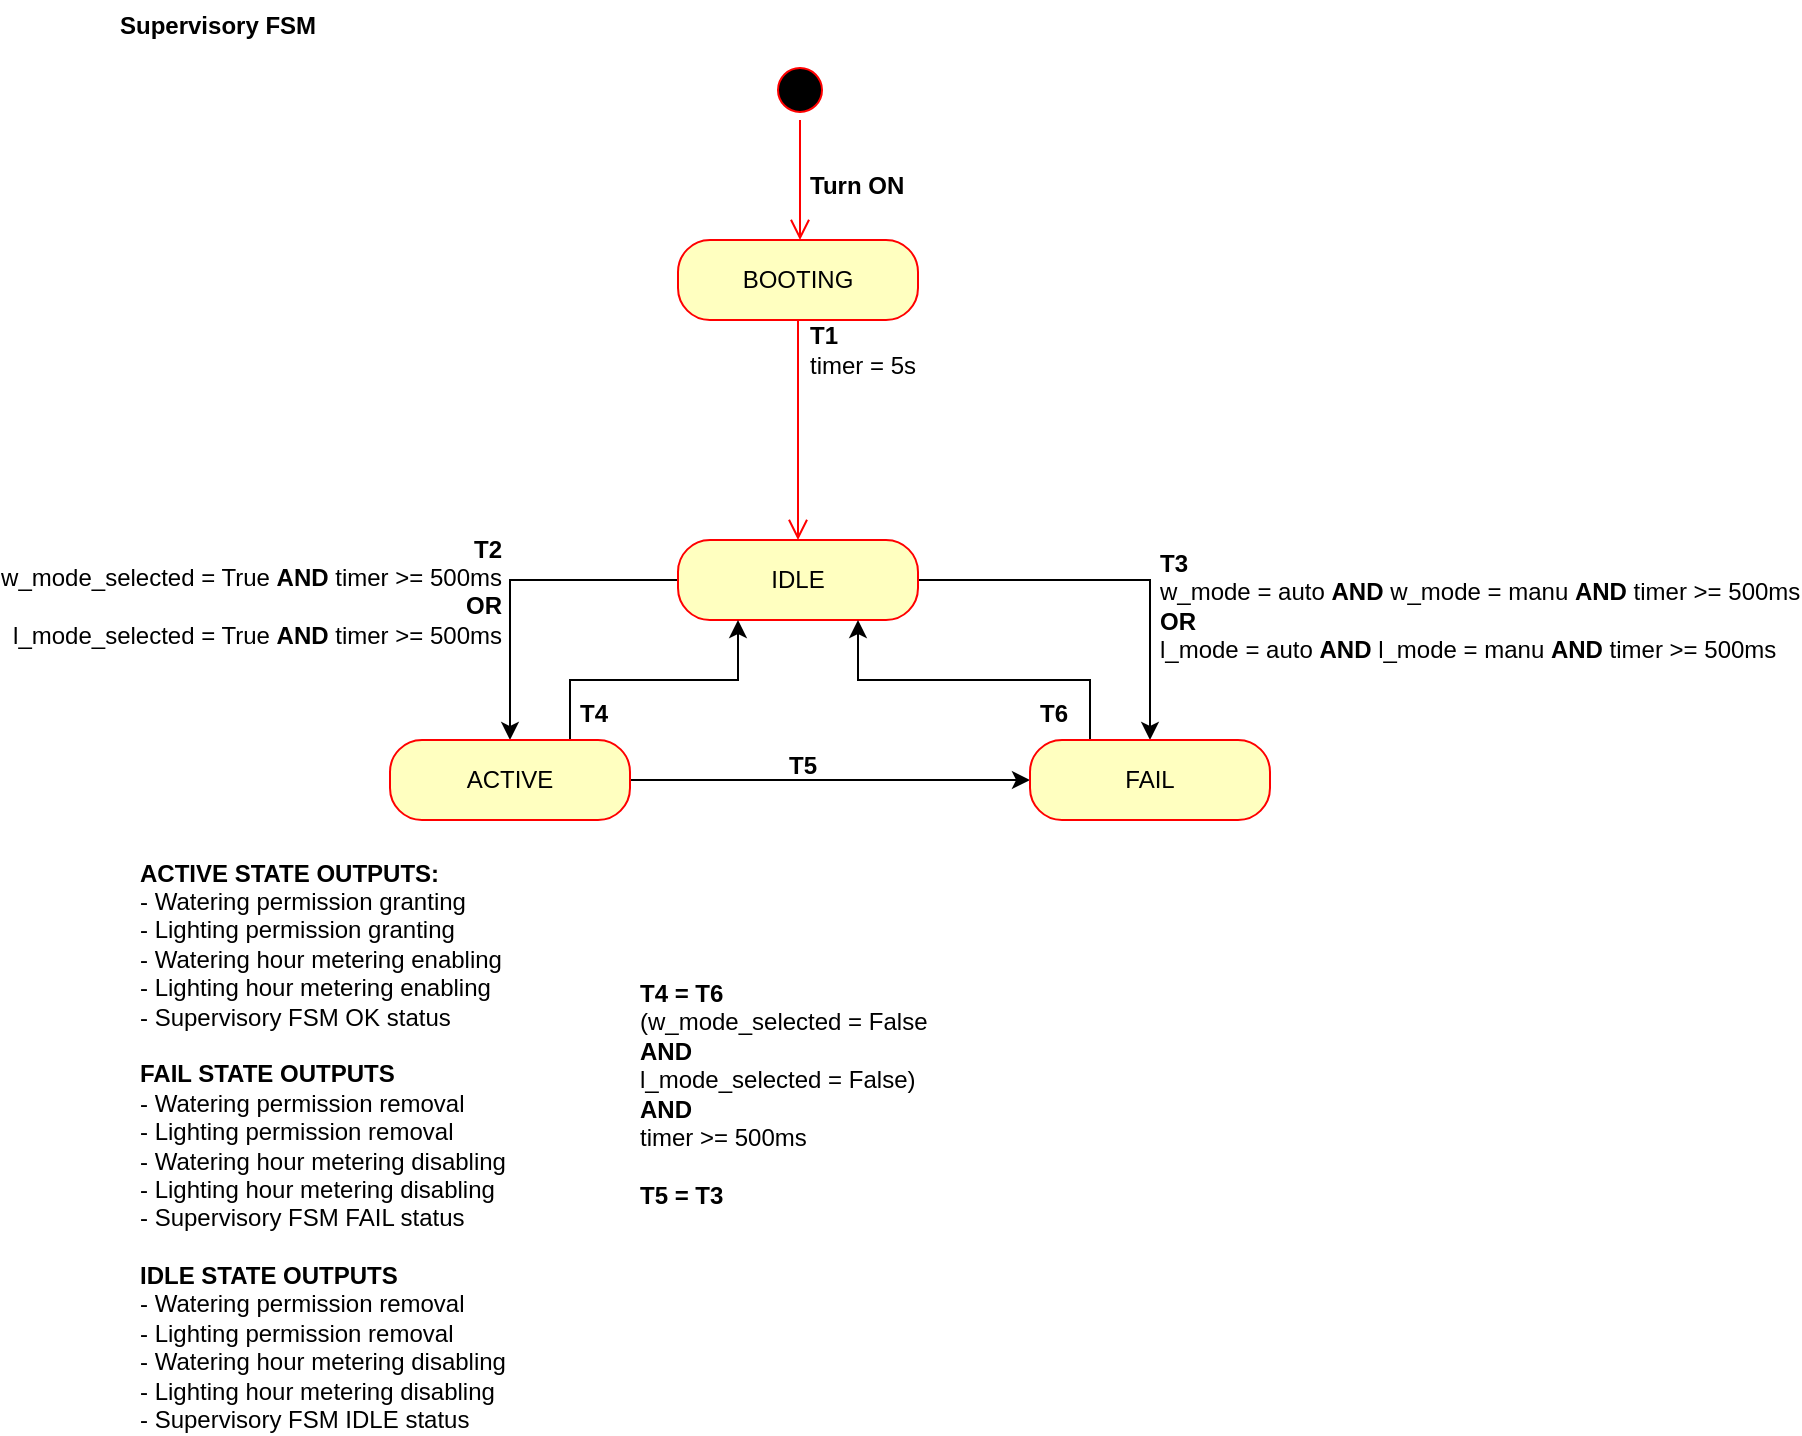
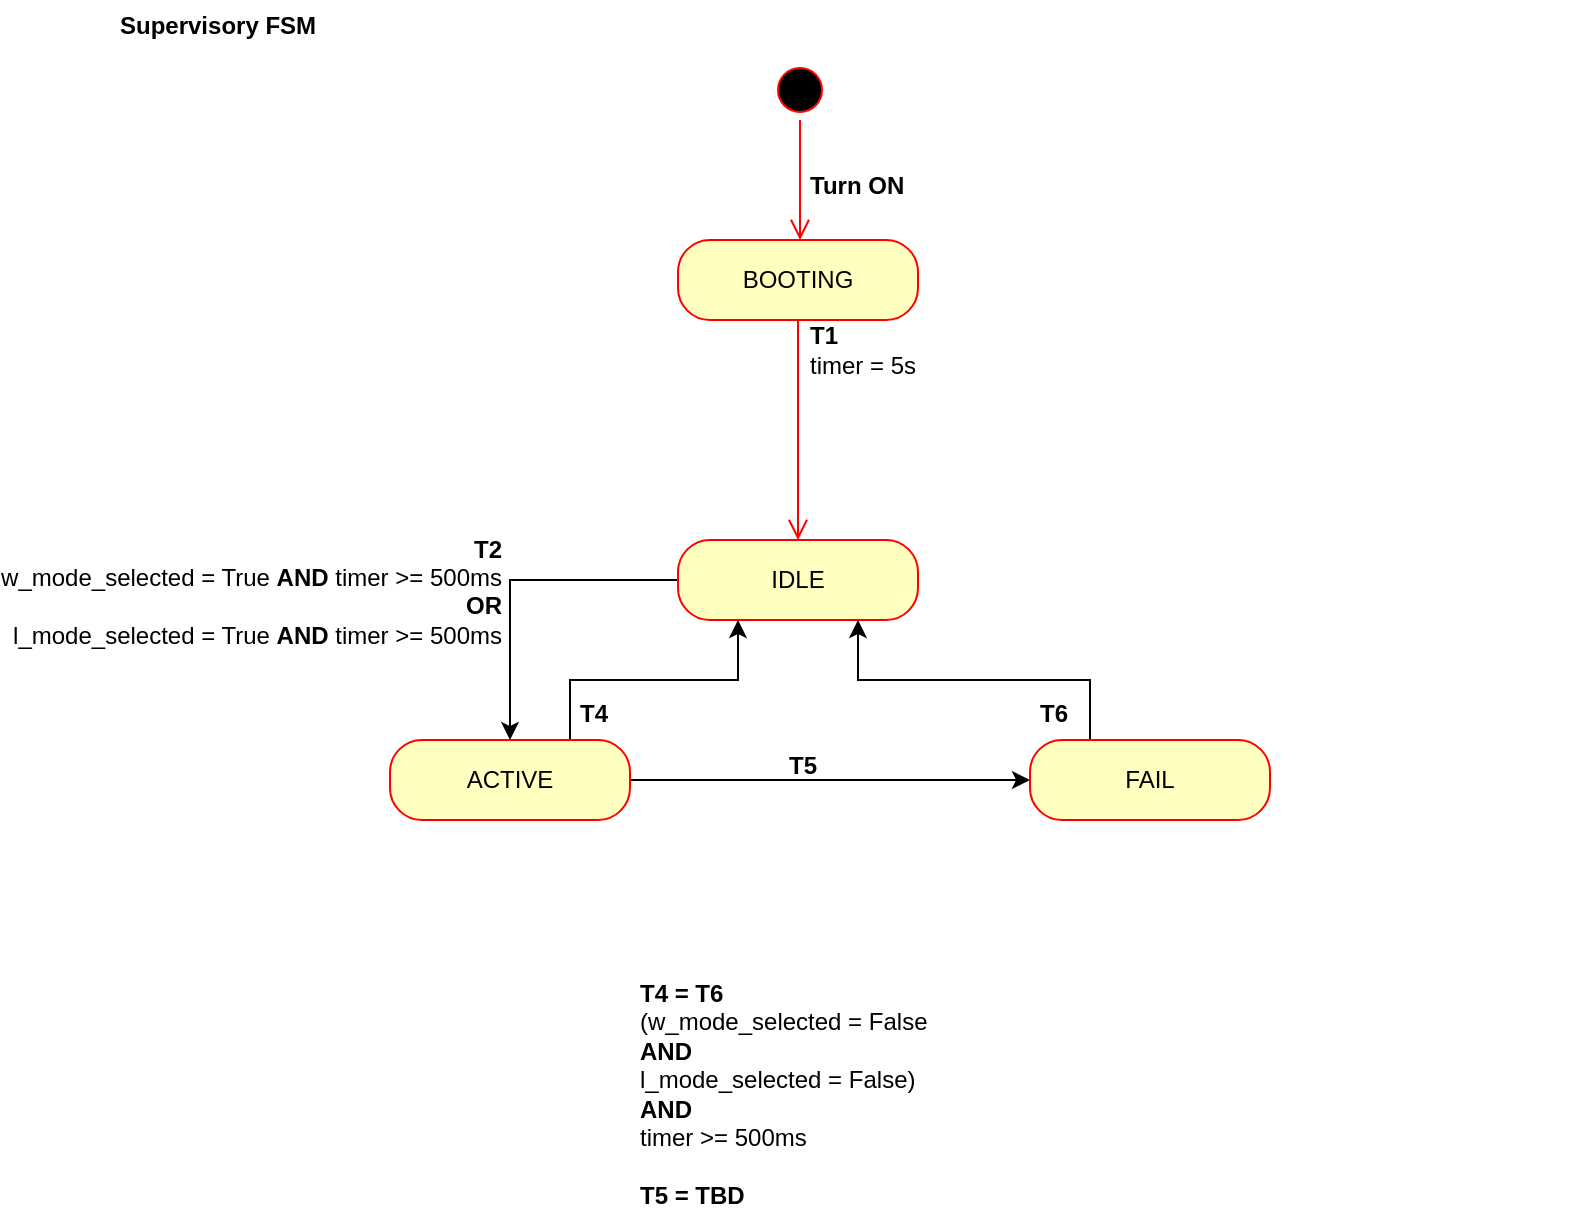
<mxfile host="Electron">
  <diagram name="Página-1" id="cfLTOIE0MVJsIUNbcuNT">
-     <mxGraphModel dx="1814" dy="841" grid="1" gridSize="10" guides="1" tooltips="1" connect="1" arrows="1" fold="1" page="0" pageScale="1" pageWidth="827" pageHeight="1169" math="0" shadow="0">
+     <mxGraphModel dx="2241" dy="841" grid="1" gridSize="10" guides="1" tooltips="1" connect="1" arrows="1" fold="1" page="1" pageScale="1" pageWidth="827" pageHeight="1169" math="0" shadow="0">
      <root>
        <mxCell id="0" />
        <mxCell id="1" parent="0" />
        <mxCell id="6cZyJ46Ge3wg8fjtGQRp-1" parent="1" style="ellipse;html=1;shape=startState;fillColor=#000000;strokeColor=#ff0000;" value="" vertex="1">
          <mxGeometry height="30" width="30" x="348" y="40" as="geometry" />
        </mxCell>
        <mxCell id="6cZyJ46Ge3wg8fjtGQRp-2" edge="1" parent="1" source="6cZyJ46Ge3wg8fjtGQRp-1" style="edgeStyle=orthogonalEdgeStyle;html=1;verticalAlign=bottom;endArrow=open;endSize=8;strokeColor=#ff0000;rounded=0;" value="">
          <mxGeometry relative="1" as="geometry">
            <mxPoint x="363" y="130" as="targetPoint" />
          </mxGeometry>
        </mxCell>
        <mxCell id="6cZyJ46Ge3wg8fjtGQRp-6" parent="1" style="rounded=1;whiteSpace=wrap;html=1;arcSize=40;fontColor=#000000;fillColor=#ffffc0;strokeColor=#ff0000;" value="BOOTING" vertex="1">
          <mxGeometry height="40" width="120" x="302" y="130" as="geometry" />
        </mxCell>
        <mxCell id="6cZyJ46Ge3wg8fjtGQRp-7" edge="1" parent="1" source="6cZyJ46Ge3wg8fjtGQRp-6" style="edgeStyle=orthogonalEdgeStyle;html=1;verticalAlign=bottom;endArrow=open;endSize=8;strokeColor=#ff0000;rounded=0;" value="">
          <mxGeometry relative="1" as="geometry">
            <mxPoint x="362" y="280" as="targetPoint" />
          </mxGeometry>
        </mxCell>
        <mxCell id="6cZyJ46Ge3wg8fjtGQRp-10" edge="1" parent="1" source="6cZyJ46Ge3wg8fjtGQRp-8" style="edgeStyle=orthogonalEdgeStyle;rounded=0;orthogonalLoop=1;jettySize=auto;html=1;" target="6cZyJ46Ge3wg8fjtGQRp-9" value="">
-           <mxGeometry relative="1" as="geometry" />
-         </mxCell>
-         <mxCell id="6cZyJ46Ge3wg8fjtGQRp-14" edge="1" parent="1" source="6cZyJ46Ge3wg8fjtGQRp-8" style="edgeStyle=orthogonalEdgeStyle;rounded=0;orthogonalLoop=1;jettySize=auto;html=1;" target="6cZyJ46Ge3wg8fjtGQRp-13" value="">
          <mxGeometry relative="1" as="geometry" />
        </mxCell>
        <mxCell id="6cZyJ46Ge3wg8fjtGQRp-8" parent="1" style="rounded=1;whiteSpace=wrap;html=1;arcSize=40;fontColor=#000000;fillColor=#ffffc0;strokeColor=#ff0000;" value="IDLE" vertex="1">
          <mxGeometry height="40" width="120" x="302" y="280" as="geometry" />
        </mxCell>
        <mxCell id="6cZyJ46Ge3wg8fjtGQRp-25" edge="1" parent="1" source="6cZyJ46Ge3wg8fjtGQRp-9" style="edgeStyle=orthogonalEdgeStyle;rounded=0;orthogonalLoop=1;jettySize=auto;html=1;exitX=0.75;exitY=0;exitDx=0;exitDy=0;entryX=0.25;entryY=1;entryDx=0;entryDy=0;" target="6cZyJ46Ge3wg8fjtGQRp-8">
          <mxGeometry relative="1" as="geometry" />
        </mxCell>
        <mxCell id="6cZyJ46Ge3wg8fjtGQRp-29" edge="1" parent="1" source="6cZyJ46Ge3wg8fjtGQRp-9" style="edgeStyle=orthogonalEdgeStyle;rounded=0;orthogonalLoop=1;jettySize=auto;html=1;exitX=1;exitY=0.5;exitDx=0;exitDy=0;entryX=0;entryY=0.5;entryDx=0;entryDy=0;" target="6cZyJ46Ge3wg8fjtGQRp-13">
          <mxGeometry relative="1" as="geometry" />
        </mxCell>
        <mxCell id="6cZyJ46Ge3wg8fjtGQRp-9" parent="1" style="rounded=1;whiteSpace=wrap;html=1;arcSize=40;fontColor=#000000;fillColor=#ffffc0;strokeColor=#ff0000;" value="ACTIVE" vertex="1">
          <mxGeometry height="40" width="120" x="158" y="380" as="geometry" />
        </mxCell>
        <mxCell id="6cZyJ46Ge3wg8fjtGQRp-24" edge="1" parent="1" source="6cZyJ46Ge3wg8fjtGQRp-13" style="edgeStyle=orthogonalEdgeStyle;rounded=0;orthogonalLoop=1;jettySize=auto;html=1;exitX=0.25;exitY=0;exitDx=0;exitDy=0;entryX=0.75;entryY=1;entryDx=0;entryDy=0;" target="6cZyJ46Ge3wg8fjtGQRp-8">
          <mxGeometry relative="1" as="geometry" />
        </mxCell>
        <mxCell id="6cZyJ46Ge3wg8fjtGQRp-13" parent="1" style="rounded=1;whiteSpace=wrap;html=1;arcSize=40;fontColor=#000000;fillColor=#ffffc0;strokeColor=#ff0000;" value="FAIL" vertex="1">
          <mxGeometry height="40" width="120" x="478" y="380" as="geometry" />
        </mxCell>
        <mxCell id="6cZyJ46Ge3wg8fjtGQRp-15" parent="1" style="text;align=left;fontStyle=1;verticalAlign=middle;spacingLeft=3;spacingRight=3;strokeColor=none;rotatable=0;points=[[0,0.5],[1,0.5]];portConstraint=eastwest;html=1;" value="Turn ON" vertex="1">
          <mxGeometry height="26" width="80" x="363" y="90" as="geometry" />
        </mxCell>
        <mxCell id="6cZyJ46Ge3wg8fjtGQRp-16" parent="1" style="text;align=left;fontStyle=1;verticalAlign=middle;spacingLeft=3;spacingRight=3;strokeColor=none;rotatable=0;points=[[0,0.5],[1,0.5]];portConstraint=eastwest;html=1;" value="T1&lt;br&gt;&lt;div&gt;&lt;span style=&quot;font-weight: normal;&quot;&gt;timer = 5s&lt;/span&gt;&lt;/div&gt;" vertex="1">
          <mxGeometry height="26" width="80" x="363" y="172" as="geometry" />
        </mxCell>
        <mxCell id="6cZyJ46Ge3wg8fjtGQRp-17" parent="1" style="text;align=right;fontStyle=1;verticalAlign=middle;spacingLeft=3;spacingRight=3;strokeColor=none;rotatable=0;points=[[0,0.5],[1,0.5]];portConstraint=eastwest;html=1;" value="&lt;div&gt;T2&lt;/div&gt;&lt;span style=&quot;font-weight: normal;&quot;&gt;w_mode_selected = True&amp;nbsp;&lt;/span&gt;AND&lt;span style=&quot;font-weight: normal;&quot;&gt; timer &amp;gt;= 500ms&lt;/span&gt;&lt;div&gt;OR&lt;div&gt;&lt;span style=&quot;font-weight: 400;&quot;&gt;l_mode_selected = True&amp;nbsp;&lt;/span&gt;&lt;span style=&quot;background-color: transparent; color: light-dark(rgb(0, 0, 0), rgb(255, 255, 255));&quot;&gt;AND&lt;/span&gt;&lt;span style=&quot;background-color: transparent; color: light-dark(rgb(0, 0, 0), rgb(255, 255, 255)); font-weight: normal;&quot;&gt;&amp;nbsp;timer &amp;gt;= 500ms&lt;/span&gt;&lt;/div&gt;&lt;div&gt;&lt;br&gt;&lt;/div&gt;&lt;/div&gt;" vertex="1">
          <mxGeometry height="26" width="80" x="138" y="300" as="geometry" />
        </mxCell>
-         <mxCell id="6cZyJ46Ge3wg8fjtGQRp-18" parent="1" style="text;align=left;fontStyle=1;verticalAlign=middle;spacingLeft=3;spacingRight=3;strokeColor=none;rotatable=0;points=[[0,0.5],[1,0.5]];portConstraint=eastwest;html=1;" value="T3&lt;div&gt;&lt;span style=&quot;font-weight: 400;&quot;&gt;w_mode = auto &lt;/span&gt;AND&amp;nbsp;&lt;span style=&quot;font-weight: normal; background-color: transparent; color: light-dark(rgb(0, 0, 0), rgb(255, 255, 255));&quot;&gt;w_mode = manu&amp;nbsp;&lt;/span&gt;&lt;span style=&quot;background-color: transparent; color: light-dark(rgb(0, 0, 0), rgb(255, 255, 255)); text-align: right;&quot;&gt;AND&lt;/span&gt;&lt;span style=&quot;background-color: transparent; color: light-dark(rgb(0, 0, 0), rgb(255, 255, 255)); text-align: right; font-weight: normal;&quot;&gt;&amp;nbsp;timer &amp;gt;= 500ms&lt;/span&gt;&lt;/div&gt;&lt;div&gt;OR&lt;/div&gt;&lt;div&gt;&lt;span style=&quot;font-weight: normal;&quot;&gt;l_mode = auto &lt;/span&gt;AND&amp;nbsp;&lt;span style=&quot;font-weight: normal; background-color: transparent; color: light-dark(rgb(0, 0, 0), rgb(255, 255, 255));&quot;&gt;l_mode = manu&amp;nbsp;&lt;/span&gt;&lt;span style=&quot;background-color: transparent; color: light-dark(rgb(0, 0, 0), rgb(255, 255, 255)); text-align: right;&quot;&gt;AND&lt;/span&gt;&lt;span style=&quot;background-color: transparent; color: light-dark(rgb(0, 0, 0), rgb(255, 255, 255)); text-align: right; font-weight: normal;&quot;&gt;&amp;nbsp;timer &amp;gt;= 500ms&lt;/span&gt;&lt;/div&gt;" vertex="1">
-           <mxGeometry height="26" width="282" x="538" y="300" as="geometry" />
-         </mxCell>
-         <mxCell id="6cZyJ46Ge3wg8fjtGQRp-19" parent="1" style="text;align=left;fontStyle=1;verticalAlign=middle;spacingLeft=3;spacingRight=3;strokeColor=none;rotatable=0;points=[[0,0.5],[1,0.5]];portConstraint=eastwest;html=1;" value="ACTIVE STATE OUTPUTS:&lt;div&gt;&lt;span style=&quot;font-weight: normal;&quot;&gt;- Watering permission granting&lt;/span&gt;&lt;/div&gt;&lt;div&gt;&lt;span style=&quot;font-weight: 400;&quot;&gt;- Lighting permission granting&lt;/span&gt;&lt;/div&gt;&lt;div&gt;&lt;span style=&quot;font-weight: 400;&quot;&gt;- Watering hour metering enabling&lt;/span&gt;&lt;/div&gt;&lt;div&gt;&lt;span style=&quot;font-weight: 400;&quot;&gt;- Lighting hour metering enabling&lt;/span&gt;&lt;/div&gt;&lt;div&gt;&lt;span style=&quot;font-weight: 400;&quot;&gt;- Supervisory FSM OK status&lt;/span&gt;&lt;span style=&quot;font-weight: 400;&quot;&gt;&lt;/span&gt;&lt;/div&gt;&lt;div&gt;&lt;span style=&quot;font-weight: 400;&quot;&gt;&lt;br&gt;&lt;/span&gt;&lt;/div&gt;&lt;div&gt;FAIL STATE OUTPUTS&lt;/div&gt;&lt;div&gt;&lt;span style=&quot;font-weight: 400;&quot;&gt;- Watering permission removal&lt;/span&gt;&lt;/div&gt;&lt;div&gt;&lt;span style=&quot;font-weight: 400;&quot;&gt;- Lighting permission removal&lt;/span&gt;&lt;/div&gt;&lt;div&gt;&lt;span style=&quot;font-weight: 400;&quot;&gt;- Watering hour metering disabling&lt;/span&gt;&lt;/div&gt;&lt;div&gt;&lt;span style=&quot;font-weight: 400;&quot;&gt;- Lighting hour metering disabling&lt;/span&gt;&lt;/div&gt;&lt;div&gt;&lt;span style=&quot;background-color: transparent; color: light-dark(rgb(0, 0, 0), rgb(255, 255, 255)); font-weight: 400;&quot;&gt;- Supervisory FSM FAIL status&lt;/span&gt;&lt;/div&gt;&lt;div&gt;&lt;span style=&quot;background-color: transparent; color: light-dark(rgb(0, 0, 0), rgb(255, 255, 255)); font-weight: 400;&quot;&gt;&lt;br&gt;&lt;/span&gt;&lt;/div&gt;&lt;div&gt;&lt;div&gt;IDLE STATE OUTPUTS&lt;/div&gt;&lt;div&gt;&lt;span style=&quot;font-weight: 400;&quot;&gt;- Watering permission removal&lt;/span&gt;&lt;/div&gt;&lt;div&gt;&lt;span style=&quot;font-weight: 400;&quot;&gt;- Lighting permission removal&lt;/span&gt;&lt;/div&gt;&lt;div&gt;&lt;span style=&quot;font-weight: 400;&quot;&gt;- Watering hour metering disabling&lt;/span&gt;&lt;/div&gt;&lt;div&gt;&lt;span style=&quot;font-weight: 400;&quot;&gt;- Lighting hour metering disabling&lt;/span&gt;&lt;/div&gt;&lt;div&gt;&lt;span style=&quot;font-weight: 400;&quot;&gt;- Supervisory FSM IDLE status&lt;/span&gt;&lt;/div&gt;&lt;/div&gt;" vertex="1">
-           <mxGeometry height="26" width="220" x="28" y="570" as="geometry" />
-         </mxCell>
-         <mxCell id="6cZyJ46Ge3wg8fjtGQRp-22" edge="1" parent="1" source="6cZyJ46Ge3wg8fjtGQRp-19" style="edgeStyle=orthogonalEdgeStyle;rounded=0;orthogonalLoop=1;jettySize=auto;html=1;exitX=1;exitY=0.5;exitDx=0;exitDy=0;" target="6cZyJ46Ge3wg8fjtGQRp-19">
-           <mxGeometry relative="1" as="geometry" />
+         <mxCell id="6cZyJ46Ge3wg8fjtGQRp-22" edge="1" parent="1" style="edgeStyle=orthogonalEdgeStyle;rounded=0;orthogonalLoop=1;jettySize=auto;html=1;exitX=1;exitY=0.5;exitDx=0;exitDy=0;">
+           <mxGeometry relative="1" as="geometry">
+             <mxPoint x="248" y="583" as="sourcePoint" />
+             <mxPoint x="248" y="583" as="targetPoint" />
+           </mxGeometry>
        </mxCell>
        <mxCell id="6cZyJ46Ge3wg8fjtGQRp-23" parent="1" style="text;align=left;fontStyle=1;verticalAlign=middle;spacingLeft=3;spacingRight=3;strokeColor=none;rotatable=0;points=[[0,0.5],[1,0.5]];portConstraint=eastwest;html=1;" value="Supervisory FSM" vertex="1">
          <mxGeometry height="26" width="80" x="18" y="10" as="geometry" />
        </mxCell>
        <mxCell id="6cZyJ46Ge3wg8fjtGQRp-26" parent="1" style="text;align=left;fontStyle=1;verticalAlign=middle;spacingLeft=3;spacingRight=3;strokeColor=none;rotatable=0;points=[[0,0.5],[1,0.5]];portConstraint=eastwest;html=1;" value="T4" vertex="1">
          <mxGeometry height="26" width="282" x="248" y="354" as="geometry" />
        </mxCell>
        <mxCell id="6cZyJ46Ge3wg8fjtGQRp-27" parent="1" style="text;align=left;fontStyle=1;verticalAlign=middle;spacingLeft=3;spacingRight=3;strokeColor=none;rotatable=0;points=[[0,0.5],[1,0.5]];portConstraint=eastwest;html=1;" value="T6" vertex="1">
          <mxGeometry height="26" width="282" x="478" y="354" as="geometry" />
        </mxCell>
-         <mxCell id="6cZyJ46Ge3wg8fjtGQRp-28" parent="1" style="text;align=left;fontStyle=1;verticalAlign=middle;spacingLeft=3;spacingRight=3;strokeColor=none;rotatable=0;points=[[0,0.5],[1,0.5]];portConstraint=eastwest;html=1;" value="T4 = T6&lt;div&gt;&lt;span style=&quot;font-weight: normal;&quot;&gt;(w_mode_selected = False&lt;/span&gt;&lt;/div&gt;&lt;div&gt;AND&lt;/div&gt;&lt;div&gt;&lt;span style=&quot;font-weight: normal;&quot;&gt;l_mode_selected = False)&lt;/span&gt;&lt;/div&gt;&lt;div&gt;AND&lt;/div&gt;&lt;div&gt;&lt;span style=&quot;font-weight: normal;&quot;&gt;timer &amp;gt;= 500ms&lt;/span&gt;&lt;/div&gt;&lt;div&gt;&lt;span style=&quot;font-weight: normal;&quot;&gt;&lt;br&gt;&lt;/span&gt;&lt;/div&gt;&lt;div&gt;T5 = T3&lt;/div&gt;" vertex="1">
+         <mxCell id="6cZyJ46Ge3wg8fjtGQRp-28" parent="1" style="text;align=left;fontStyle=1;verticalAlign=middle;spacingLeft=3;spacingRight=3;strokeColor=none;rotatable=0;points=[[0,0.5],[1,0.5]];portConstraint=eastwest;html=1;" value="T4 = T6&lt;div&gt;&lt;span style=&quot;font-weight: normal;&quot;&gt;(w_mode_selected = False&lt;/span&gt;&lt;/div&gt;&lt;div&gt;AND&lt;/div&gt;&lt;div&gt;&lt;span style=&quot;font-weight: normal;&quot;&gt;l_mode_selected = False)&lt;/span&gt;&lt;/div&gt;&lt;div&gt;AND&lt;/div&gt;&lt;div&gt;&lt;span style=&quot;font-weight: normal;&quot;&gt;timer &amp;gt;= 500ms&lt;/span&gt;&lt;/div&gt;&lt;div&gt;&lt;span style=&quot;font-weight: normal;&quot;&gt;&lt;br&gt;&lt;/span&gt;&lt;/div&gt;&lt;div&gt;T5 = TBD&lt;/div&gt;" vertex="1">
          <mxGeometry height="26" width="282" x="278" y="544" as="geometry" />
        </mxCell>
        <mxCell id="6cZyJ46Ge3wg8fjtGQRp-30" parent="1" style="text;align=center;fontStyle=1;verticalAlign=middle;spacingLeft=3;spacingRight=3;strokeColor=none;rotatable=0;points=[[0,0.5],[1,0.5]];portConstraint=eastwest;html=1;" value="T5" vertex="1">
          <mxGeometry height="26" width="32" x="348" y="380" as="geometry" />
        </mxCell>
      </root>
    </mxGraphModel>
  </diagram>
</mxfile>
